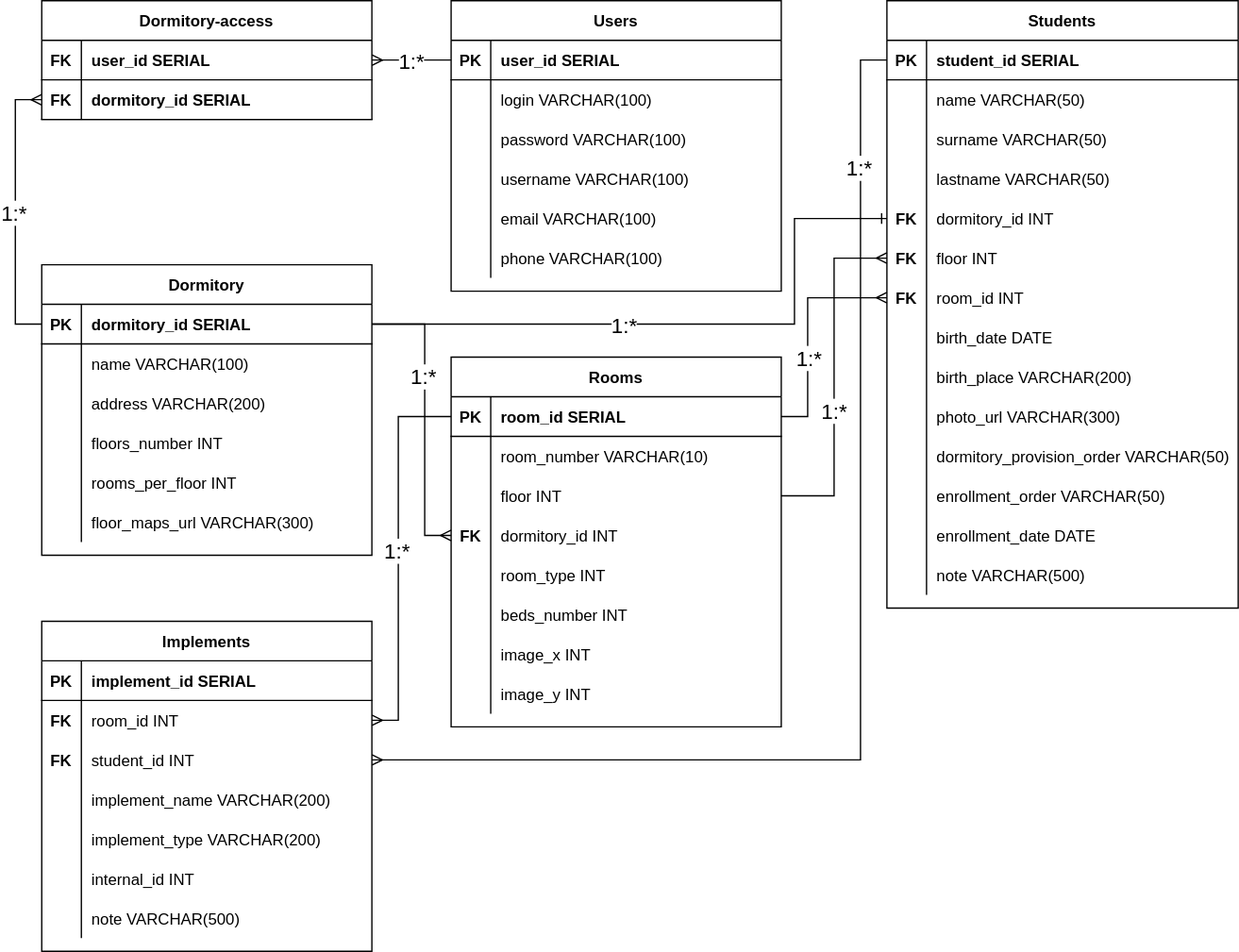
This is documentation/Dormitory_erd.drawio.svg from vedrent/dormitory-tracker, a draw.io export, as it was before one commit. Source tidied: cells renumbered, new cells last; positions are measured from the earlier drawing's top-left corner, leaving out a move shared by most shapes.
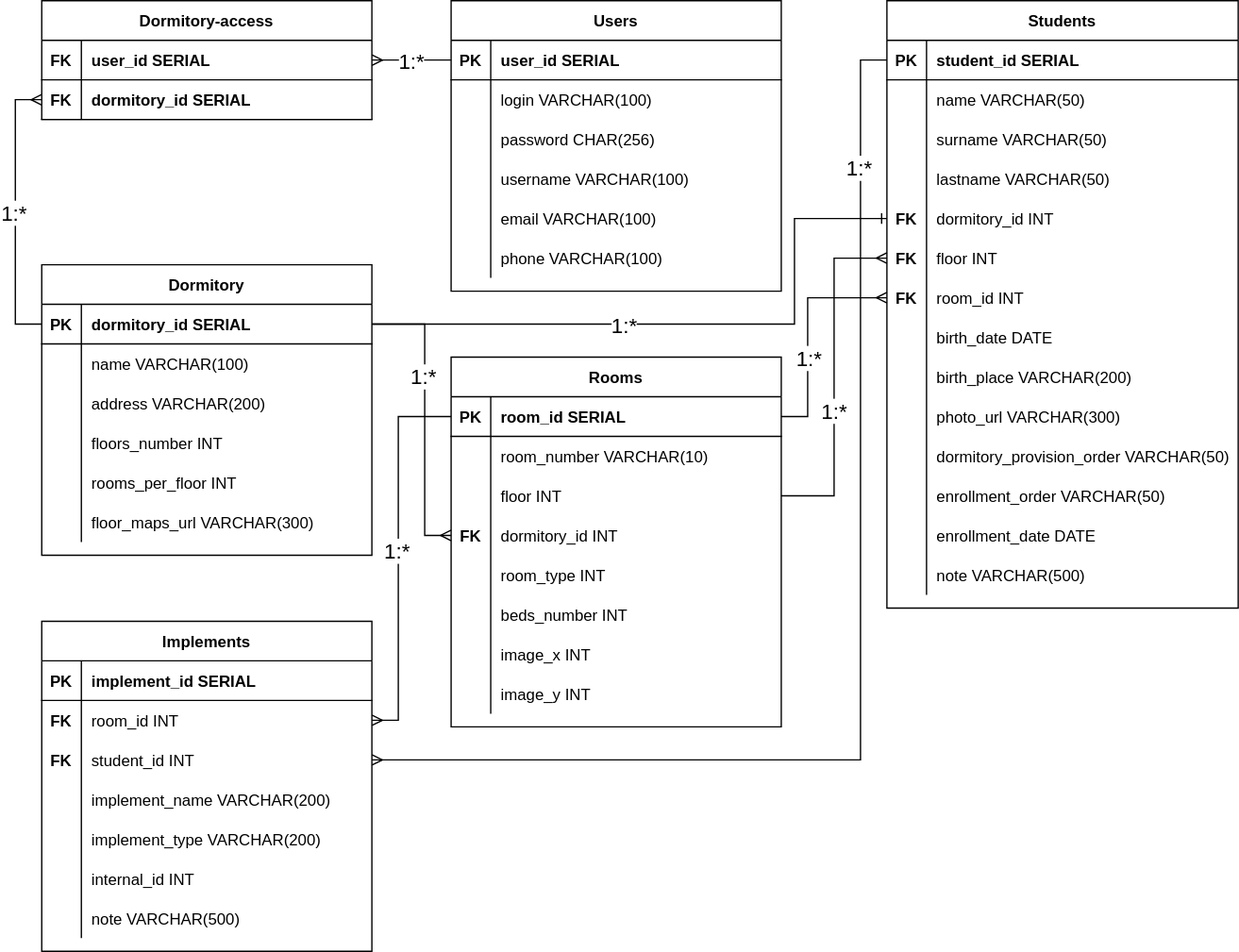
Later version of the same file.

Change to the diagram source:
```diff
@@ -158,7 +158,7 @@
     <mxCell id="53" style="shape=partialRectangle;overflow=hidden;fillColor=none;top=0;left=0;bottom=0;right=0;" parent="52" vertex="1">
       <mxGeometry width="30" height="30" as="geometry" />
     </mxCell>
-    <mxCell id="54" value="password VARCHAR(100)" style="shape=partialRectangle;overflow=hidden;fillColor=none;top=0;left=0;bottom=0;right=0;align=left;spacingLeft=6;" parent="52" vertex="1">
+    <mxCell id="54" value="password CHAR(256)" style="shape=partialRectangle;overflow=hidden;fillColor=none;top=0;left=0;bottom=0;right=0;align=left;spacingLeft=6;" parent="52" vertex="1">
       <mxGeometry x="30" width="220" height="30" as="geometry" />
     </mxCell>
     <mxCell id="55" style="shape=partialRectangle;fillColor=none;top=0;left=0;right=0;bottom=0;" parent="45" vertex="1">
```
